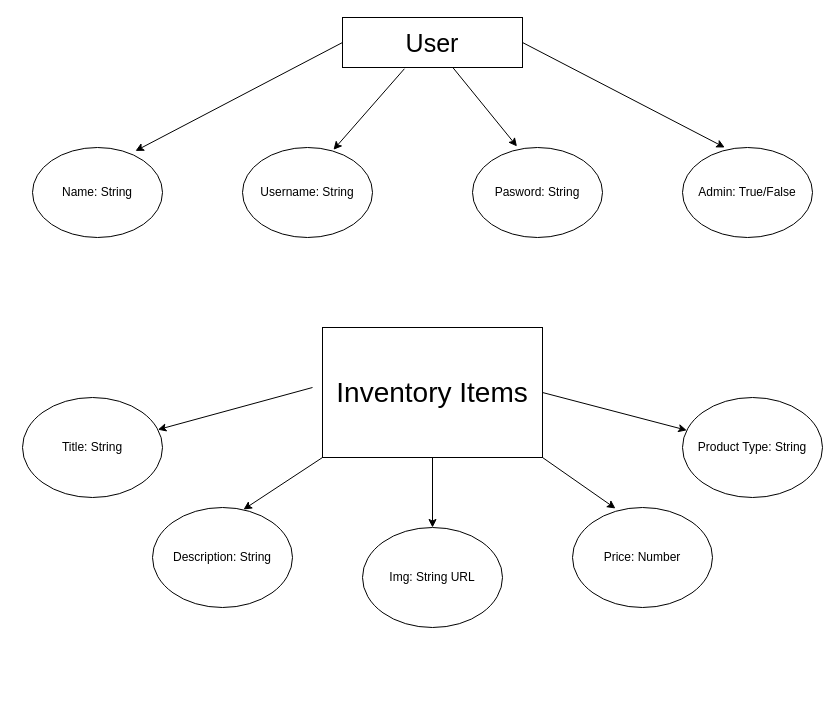
Above: ERD.drawio in dazeyb/OutdoorGearSite (draw.io), before the change. Source tidied: cells renumbered, new cells numbered last; positions are measured from the earlier drawing's top-left corner, leaving out a move shared by most shapes. Both pictures are drawn from the tidied source at 100%, with x=0, y=0 at pixel (22, 17).
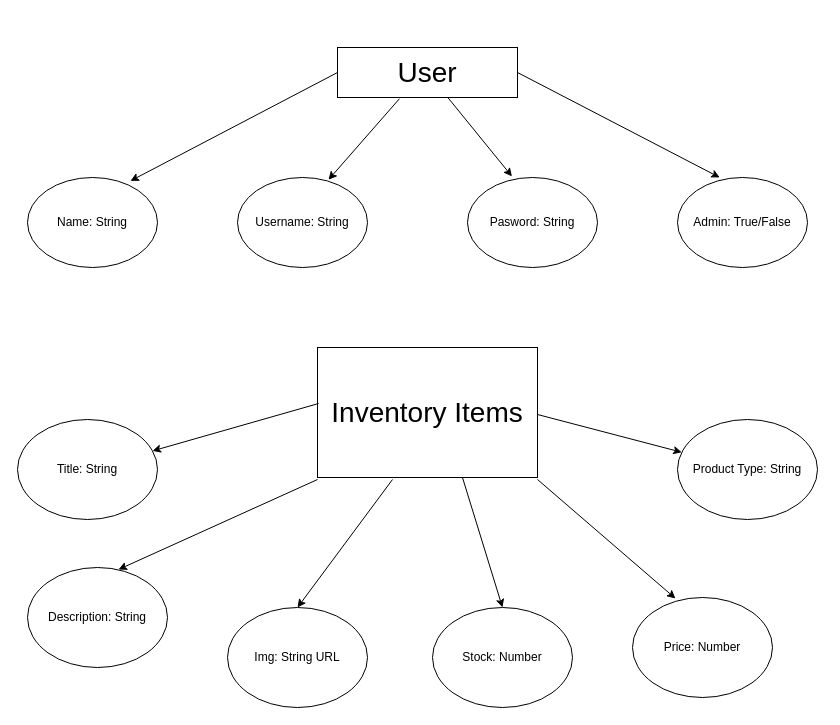
The same page after the edit.

Commit message (it also covers changes not shown here):
Building out user stories/page layout planning

Diff of the diagram source:
```diff
@@
-    <mxCell id="2" value="&lt;font style=&quot;font-size: 25px&quot;&gt;User&lt;/font&gt;" style="rounded=0;whiteSpace=wrap;html=1;" parent="1" vertex="1">
-      <mxGeometry x="320" width="180" height="50" as="geometry" />
+    <mxCell id="2" value="&lt;font style=&quot;font-size: 28px&quot;&gt;User&lt;/font&gt;" style="rounded=0;whiteSpace=wrap;html=1;" parent="1" vertex="1">
+      <mxGeometry x="315" y="30" width="180" height="50" as="geometry" />
     </mxCell>
     <mxCell id="3" value="&lt;font style=&quot;font-size: 28px&quot;&gt;Inventory Items&lt;/font&gt;" style="rounded=0;whiteSpace=wrap;html=1;" parent="1" vertex="1">
-      <mxGeometry x="300" y="310" width="220" height="130" as="geometry" />
+      <mxGeometry x="295" y="330" width="220" height="130" as="geometry" />
     </mxCell>
     <mxCell id="4" value="Name: String" style="ellipse;whiteSpace=wrap;html=1;" parent="1" vertex="1">
-      <mxGeometry x="10" y="130" width="130" height="90" as="geometry" />
+      <mxGeometry x="5" y="160" width="130" height="90" as="geometry" />
     </mxCell>
     <mxCell id="5" value="Username: String" style="ellipse;whiteSpace=wrap;html=1;" parent="1" vertex="1">
-      <mxGeometry x="220" y="130" width="130" height="90" as="geometry" />
+      <mxGeometry x="215" y="160" width="130" height="90" as="geometry" />
     </mxCell>
     <mxCell id="6" value="Pasword: String" style="ellipse;whiteSpace=wrap;html=1;" parent="1" vertex="1">
-      <mxGeometry x="450" y="130" width="130" height="90" as="geometry" />
+      <mxGeometry x="445" y="160" width="130" height="90" as="geometry" />
     </mxCell>
     <mxCell id="7" value="Admin: True/False" style="ellipse;whiteSpace=wrap;html=1;" parent="1" vertex="1">
-      <mxGeometry x="660" y="130" width="130" height="90" as="geometry" />
+      <mxGeometry x="655" y="160" width="130" height="90" as="geometry" />
     </mxCell>
@@
     <mxCell id="12" value="Title: String" style="ellipse;whiteSpace=wrap;html=1;" parent="1" vertex="1">
-      <mxGeometry y="380" width="140" height="100" as="geometry" />
+      <mxGeometry x="-5" y="402" width="140" height="100" as="geometry" />
     </mxCell>
     <mxCell id="13" value="Description: String" style="ellipse;whiteSpace=wrap;html=1;" parent="1" vertex="1">
-      <mxGeometry x="130" y="490" width="140" height="100" as="geometry" />
+      <mxGeometry x="5" y="550" width="140" height="100" as="geometry" />
     </mxCell>
     <mxCell id="14" value="Img: String URL" style="ellipse;whiteSpace=wrap;html=1;" parent="1" vertex="1">
-      <mxGeometry x="340" y="510" width="140" height="100" as="geometry" />
+      <mxGeometry x="205" y="590" width="140" height="100" as="geometry" />
     </mxCell>
     <mxCell id="15" value="Price: Number" style="ellipse;whiteSpace=wrap;html=1;" parent="1" vertex="1">
-      <mxGeometry x="550" y="490" width="140" height="100" as="geometry" />
+      <mxGeometry x="610" y="580" width="140" height="100" as="geometry" />
     </mxCell>
     <mxCell id="16" value="Product Type: String" style="ellipse;whiteSpace=wrap;html=1;" parent="1" vertex="1">
-      <mxGeometry x="660" y="380" width="140" height="100" as="geometry" />
+      <mxGeometry x="655" y="402" width="140" height="100" as="geometry" />
     </mxCell>
-    <mxCell id="17" style="endArrow=classic;html=1;" parent="1" edge="1" target="12">
+    <mxCell id="17" style="endArrow=classic;html=1;exitX=0.005;exitY=0.415;exitDx=0;exitDy=0;exitPerimeter=0;" parent="1" edge="1" target="12">
       <mxGeometry relative="1" as="geometry">
-        <mxPoint x="290" y="370" as="sourcePoint" />
+        <mxPoint x="296.1" y="386" as="sourcePoint" />
       </mxGeometry>
     </mxCell>
-    <mxCell id="18" style="endArrow=classic;html=1;exitX=0;exitY=1;exitDx=0;exitDy=0;entryX=0.65;entryY=0.02;entryDx=0;entryDy=0;entryPerimeter=0;" parent="1" edge="1" source="3" target="13">
-      <mxGeometry relative="1" as="geometry" />
+    <mxCell id="18" style="endArrow=classic;html=1;exitX=0;exitY=1;exitDx=0;exitDy=0;entryX=0.65;entryY=0.02;entryDx=0;entryDy=0;entryPerimeter=0;" parent="1" edge="1" target="13">
+      <mxGeometry relative="1" as="geometry">
+        <mxPoint x="295" y="462" as="sourcePoint" />
+      </mxGeometry>
     </mxCell>
-    <mxCell id="19" style="endArrow=classic;html=1;entryX=0.5;entryY=0;entryDx=0;entryDy=0;exitX=0.5;exitY=1;exitDx=0;exitDy=0;" parent="1" edge="1" source="3" target="14">
-      <mxGeometry relative="1" as="geometry" />
+    <mxCell id="19" style="endArrow=classic;html=1;entryX=0.5;entryY=0;entryDx=0;entryDy=0;" parent="1" edge="1" target="14">
+      <mxGeometry relative="1" as="geometry">
+        <mxPoint x="370" y="462" as="sourcePoint" />
+      </mxGeometry>
     </mxCell>
-    <mxCell id="20" style="endArrow=classic;html=1;entryX=0.307;entryY=0.01;entryDx=0;entryDy=0;entryPerimeter=0;exitX=1;exitY=1;exitDx=0;exitDy=0;" parent="1" edge="1" source="3" target="15">
-      <mxGeometry relative="1" as="geometry" />
+    <mxCell id="20" style="endArrow=classic;html=1;entryX=0.307;entryY=0.01;entryDx=0;entryDy=0;entryPerimeter=0;exitX=1;exitY=1;exitDx=0;exitDy=0;" parent="1" edge="1" target="15">
+      <mxGeometry relative="1" as="geometry">
+        <mxPoint x="515" y="462" as="sourcePoint" />
+      </mxGeometry>
     </mxCell>
-    <mxCell id="21" style="endArrow=classic;html=1;exitX=1;exitY=0.5;exitDx=0;exitDy=0;" parent="1" edge="1" source="3" target="16">
-      <mxGeometry relative="1" as="geometry" />
+    <mxCell id="21" style="endArrow=classic;html=1;exitX=1;exitY=0.5;exitDx=0;exitDy=0;" parent="1" edge="1" target="16">
+      <mxGeometry relative="1" as="geometry">
+        <mxPoint x="515" y="397" as="sourcePoint" />
+      </mxGeometry>
     </mxCell>
+    <mxCell id="22" value="Stock: Number" style="ellipse;whiteSpace=wrap;html=1;" parent="1" vertex="1">
+      <mxGeometry x="410" y="590" width="140" height="100" as="geometry" />
+    </mxCell>
+    <mxCell id="23" style="endArrow=classic;html=1;entryX=0.5;entryY=0;entryDx=0;entryDy=0;exitX=0.659;exitY=1;exitDx=0;exitDy=0;exitPerimeter=0;" parent="1" edge="1" source="3" target="22">
+      <mxGeometry relative="1" as="geometry" />
+    </mxCell>
```
